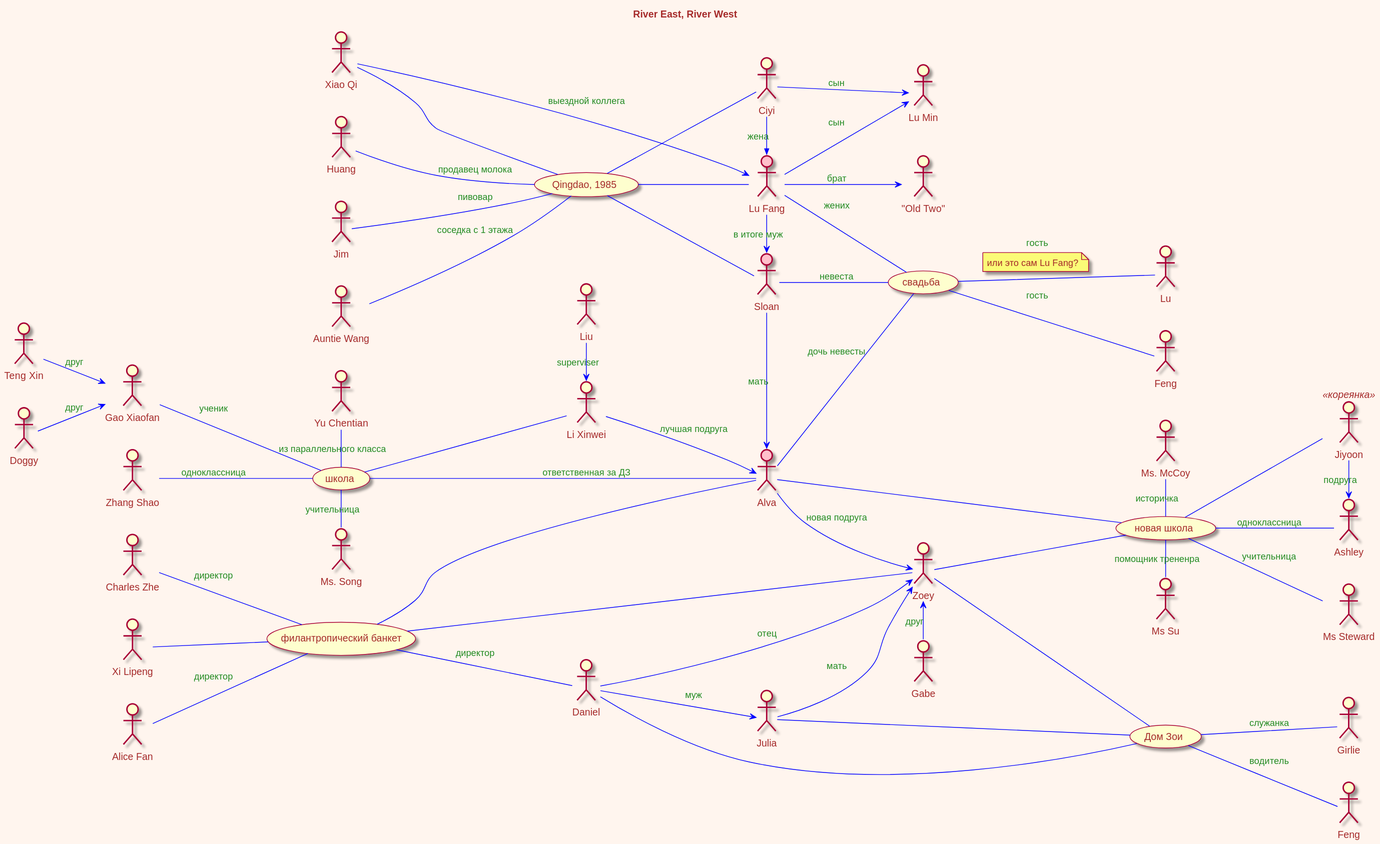
The PlantUML diagram River East, River West/river-River_East__River_West.svg in olek3/reading, before a commit.
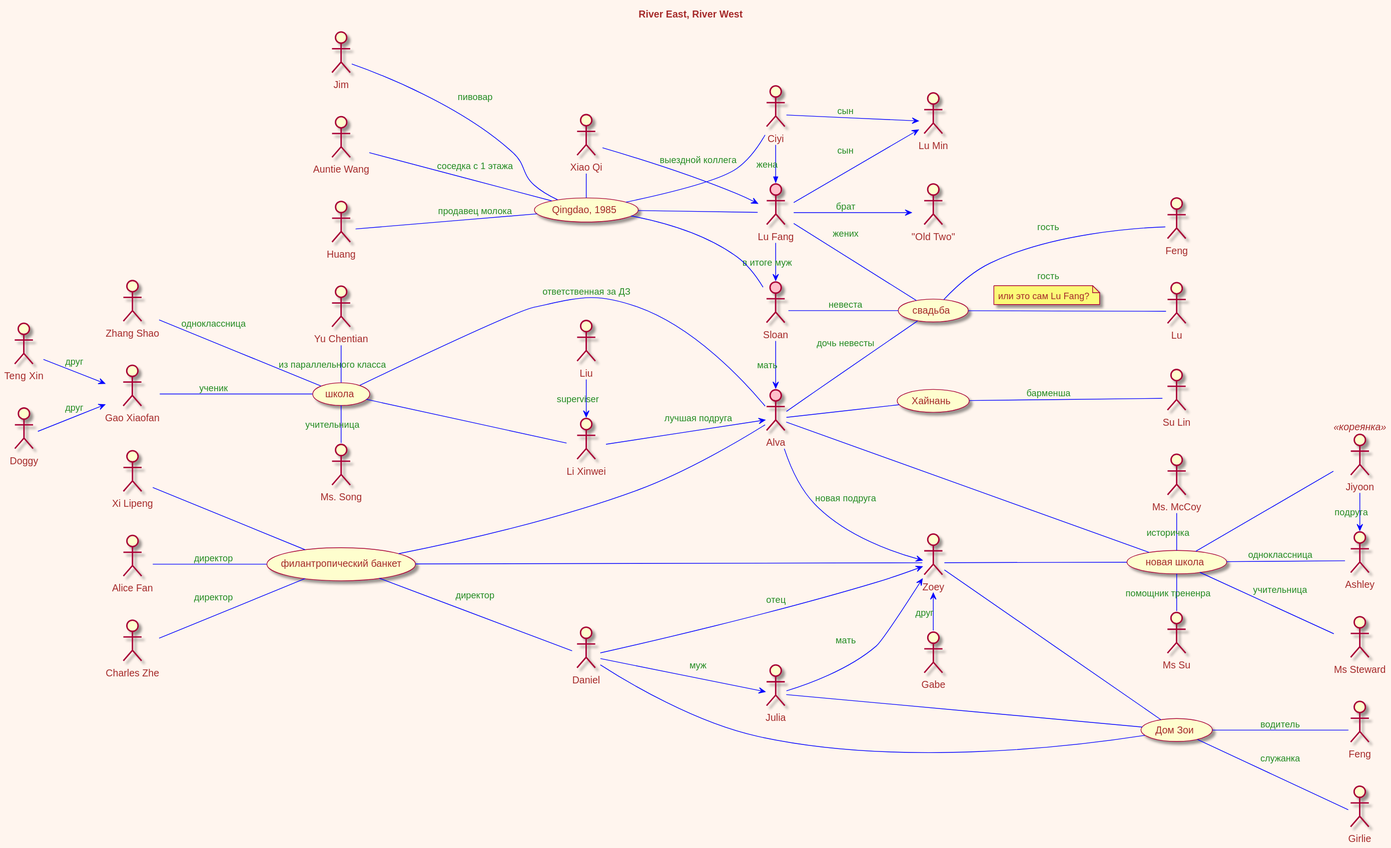
After the change.

Commit message:
барменша на Хайнане

Diff of the diagram source:
```diff
@@ -81,7 +81,7 @@
 
 
 Huang -- Qingdao : продавец молока
-Qi -- Qingdao
+Qi - Qingdao
 Qi -> Fang : выездной коллега
 Wang -- Qingdao : соседка с 1 этажа
 
@@ -158,4 +158,8 @@
 :Ms. McCoy: - new_school : историчка
 
 Fang --> :"Old Two": : брат
+
+Alva -- (Хайнань)
+
+(Хайнань) -- :Su Lin: : барменша
 @enduml
```
